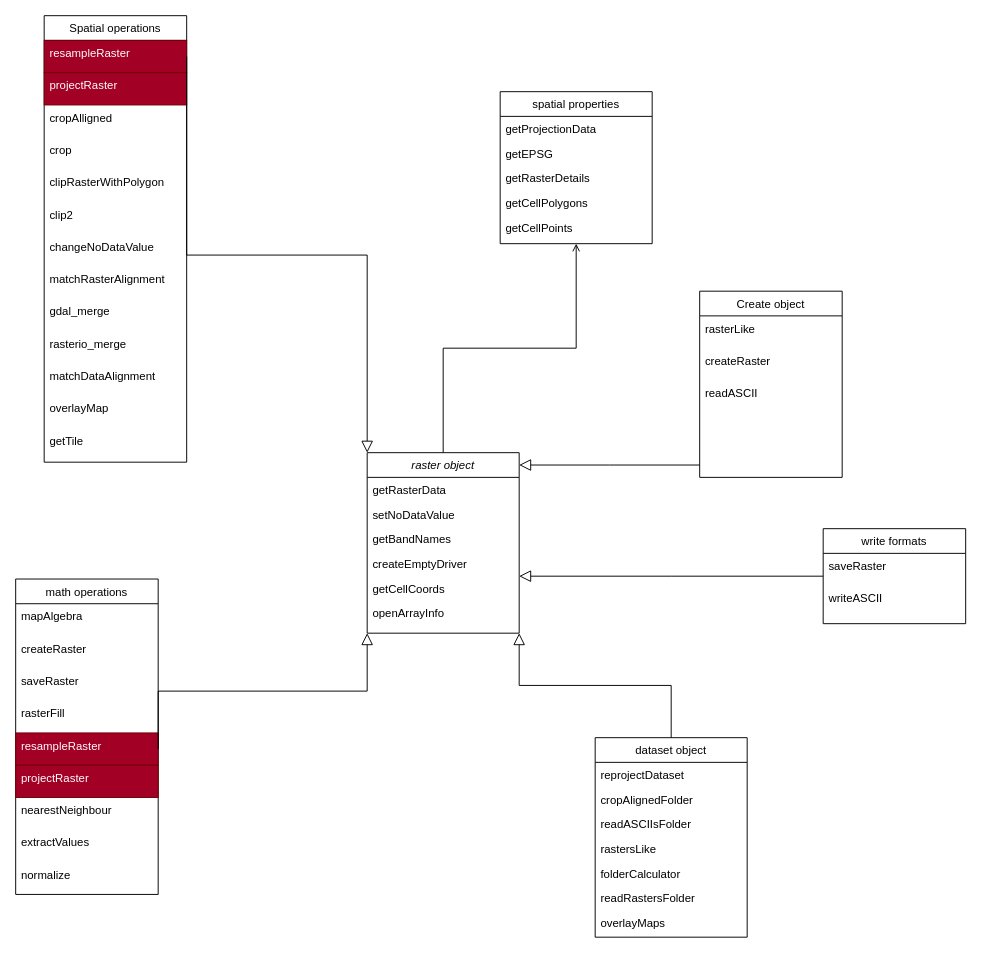
Earlier version of the draw.io diagram docs/pyramids.drawio (Serapieum-of-alex/pyramids). Source tidied: cells renumbered, new cells numbered last; positions are measured from the earlier drawing's top-left corner, leaving out a move shared by most shapes. Both pictures are drawn from the tidied source at 95%, with x=0, y=0 at pixel (15, 15).
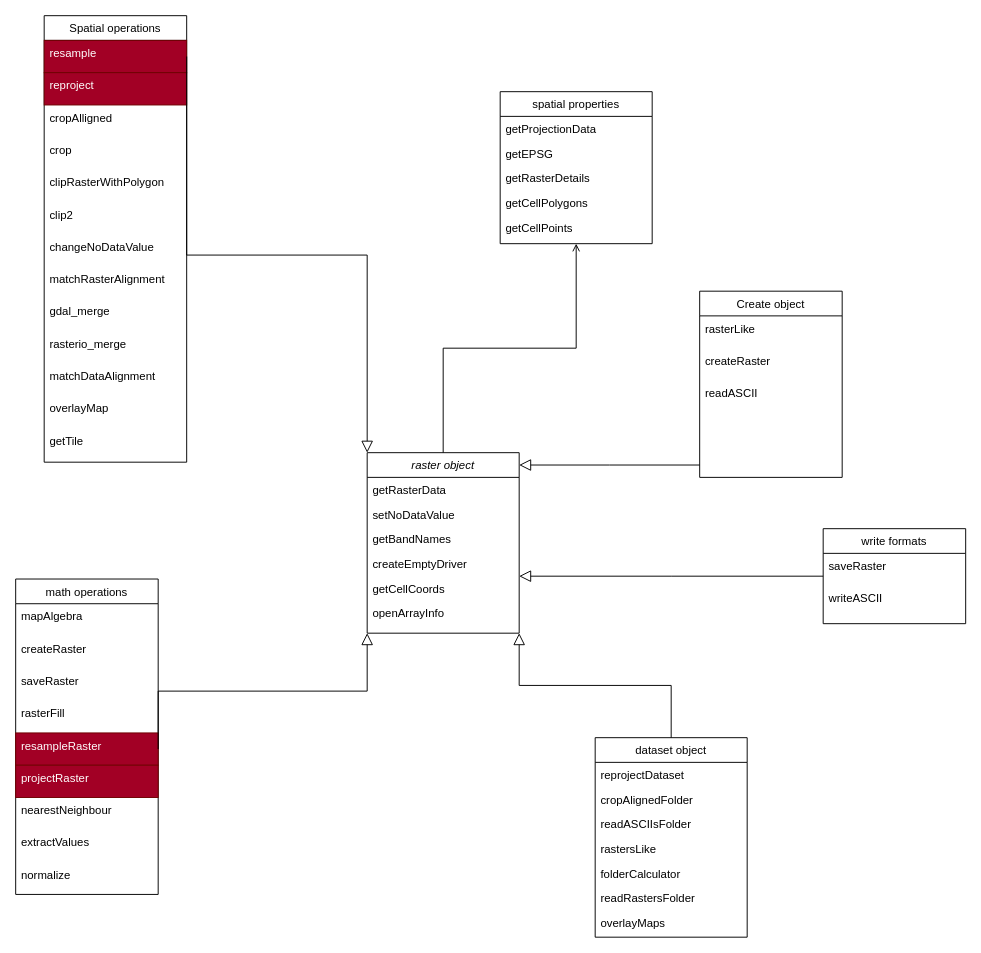
The same diagram, later.

The change refers to these unchanged cells:
```xml
<mxCell id="41" value="Spatial operations" style="swimlane;fontStyle=0;align=center;verticalAlign=top;horizontal=1;startSize=26;rounded=0;shadow=0;strokeWidth=1;" parent="1" vertex="1">
  <mxGeometry x="30" width="150" height="470" as="geometry" />
</mxCell>
```

Change to the diagram source:
```diff
@@
-    <mxCell id="42" value="resampleRaster" style="text;align=left;verticalAlign=top;spacingLeft=4;spacingRight=4;overflow=hidden;points=[[0,0.5],[1,0.5]];portConstraint=eastwest;fillColor=#a20025;strokeColor=#6F0000;fontColor=#ffffff;" parent="41" vertex="1">
+    <mxCell id="42" value="resample" style="text;align=left;verticalAlign=top;spacingLeft=4;spacingRight=4;overflow=hidden;points=[[0,0.5],[1,0.5]];portConstraint=eastwest;fillColor=#a20025;strokeColor=#6F0000;fontColor=#ffffff;" parent="41" vertex="1">
       <mxGeometry y="26" width="150" height="34" as="geometry" />
     </mxCell>
-    <mxCell id="43" value="projectRaster" style="text;align=left;verticalAlign=top;spacingLeft=4;spacingRight=4;overflow=hidden;fillColor=#a20025;strokeColor=#6F0000;fontColor=#ffffff;" parent="41" vertex="1">
+    <mxCell id="43" value="reproject" style="text;align=left;verticalAlign=top;spacingLeft=4;spacingRight=4;overflow=hidden;fillColor=#a20025;strokeColor=#6F0000;fontColor=#ffffff;" parent="41" vertex="1">
       <mxGeometry y="60" width="150" height="34" as="geometry" />
     </mxCell>
```
